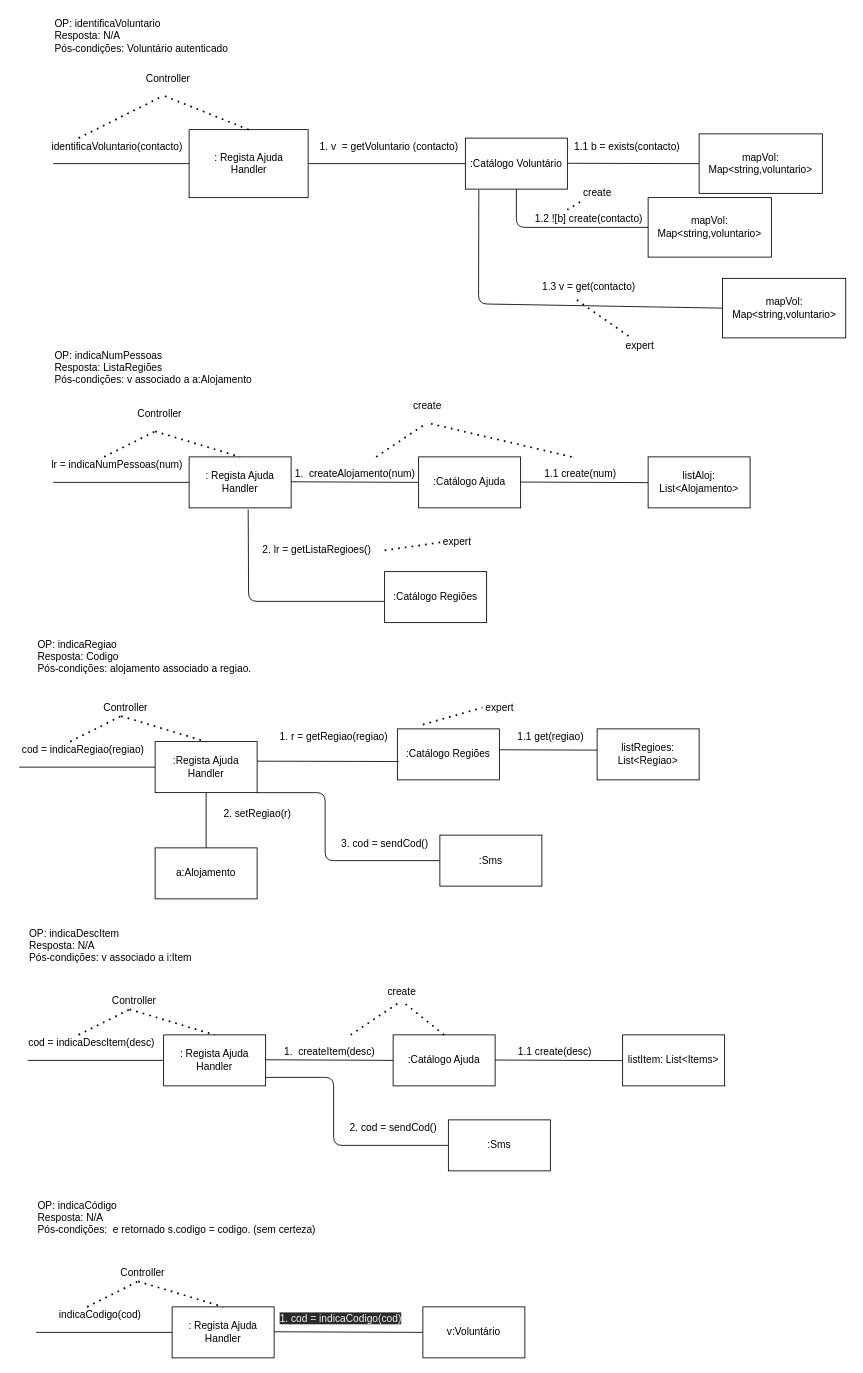
RuiMartins05/DCO keeps this draw.io diagram as ex1/MMdiagramainteracao.drawio. Above is the earlier version. Source tidied: cells renumbered, new cells numbered last; positions are measured from the earlier drawing's top-left corner, leaving out a move shared by most shapes. Both pictures are drawn from the tidied source at 85%, with x=0, y=0 at pixel (14, 14).
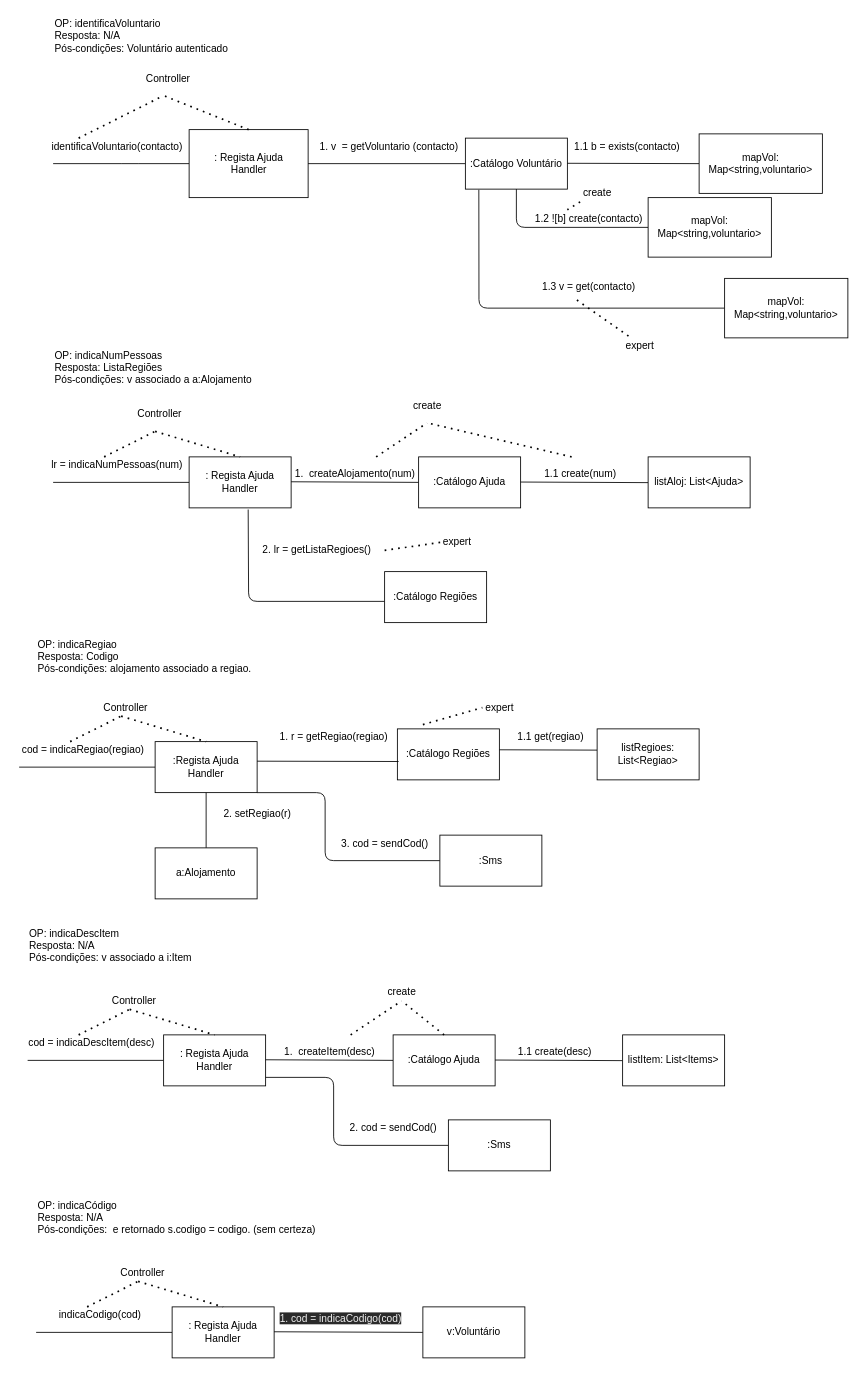
The same diagram, later.

The change refers to these unchanged cells:
```xml
<mxCell id="9" value=":Catálogo Voluntário" style="rounded=0;whiteSpace=wrap;html=1;" parent="1" vertex="1">
  <mxGeometry x="530" y="145" width="120" height="60" as="geometry" />
</mxCell>
```

Change to the diagram source:
```diff
@@
-    <mxCell id="49" value="listAloj: List&amp;lt;Alojamento&amp;gt;" style="rounded=0;whiteSpace=wrap;html=1;" parent="1" vertex="1">
+    <mxCell id="49" value="listAloj: List&amp;lt;Ajuda&amp;gt;" style="rounded=0;whiteSpace=wrap;html=1;" parent="1" vertex="1">
       <mxGeometry x="745" y="520" width="120" height="60" as="geometry" />
     </mxCell>
@@
     <mxCell id="91" style="endArrow=none;html=1;entryX=0.132;entryY=1.013;entryDx=0;entryDy=0;entryPerimeter=0;exitX=0;exitY=0.5;exitDx=0;exitDy=0;" parent="1" edge="1" source="92" target="9">
       <mxGeometry relative="1" as="geometry">
         <Array as="points">
-          <mxPoint x="545.5" y="340" />
+          <mxPoint x="546" y="345" />
         </Array>
       </mxGeometry>
     </mxCell>
     <mxCell id="92" value="mapVol: Map&amp;lt;string,voluntario&amp;gt;" style="rounded=0;whiteSpace=wrap;html=1;" parent="1" vertex="1">
-      <mxGeometry x="832.5" y="310" width="145" height="70" as="geometry" />
+      <mxGeometry x="835" y="310" width="145" height="70" as="geometry" />
     </mxCell>
```
